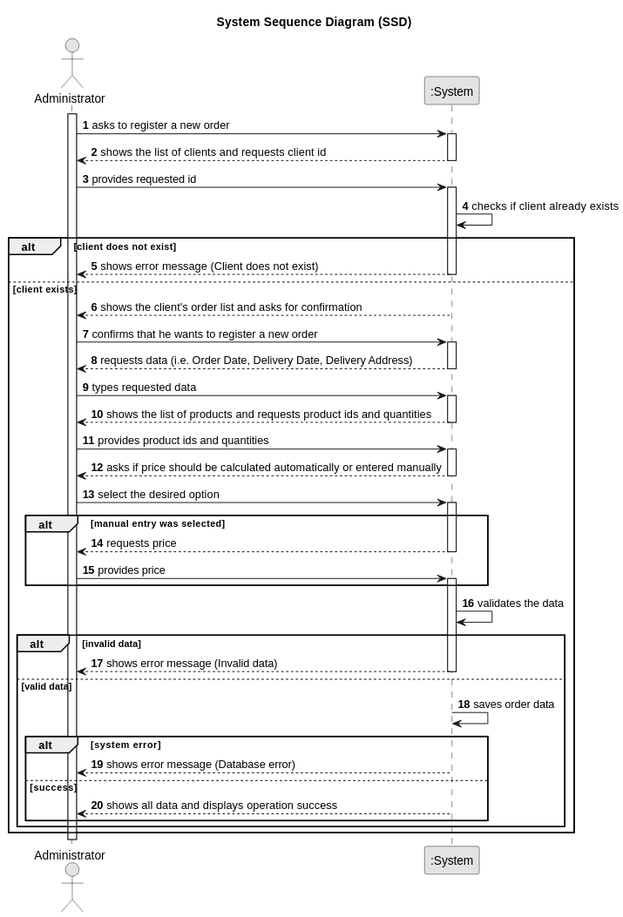
daniel41silva05/Production_Control_Industrial_ISEP keeps this PlantUML diagram as documentation/user-stories/us005/01.requirements-engineering/svg/us005-system-sequence-diagram.svg. Above is the earlier version.
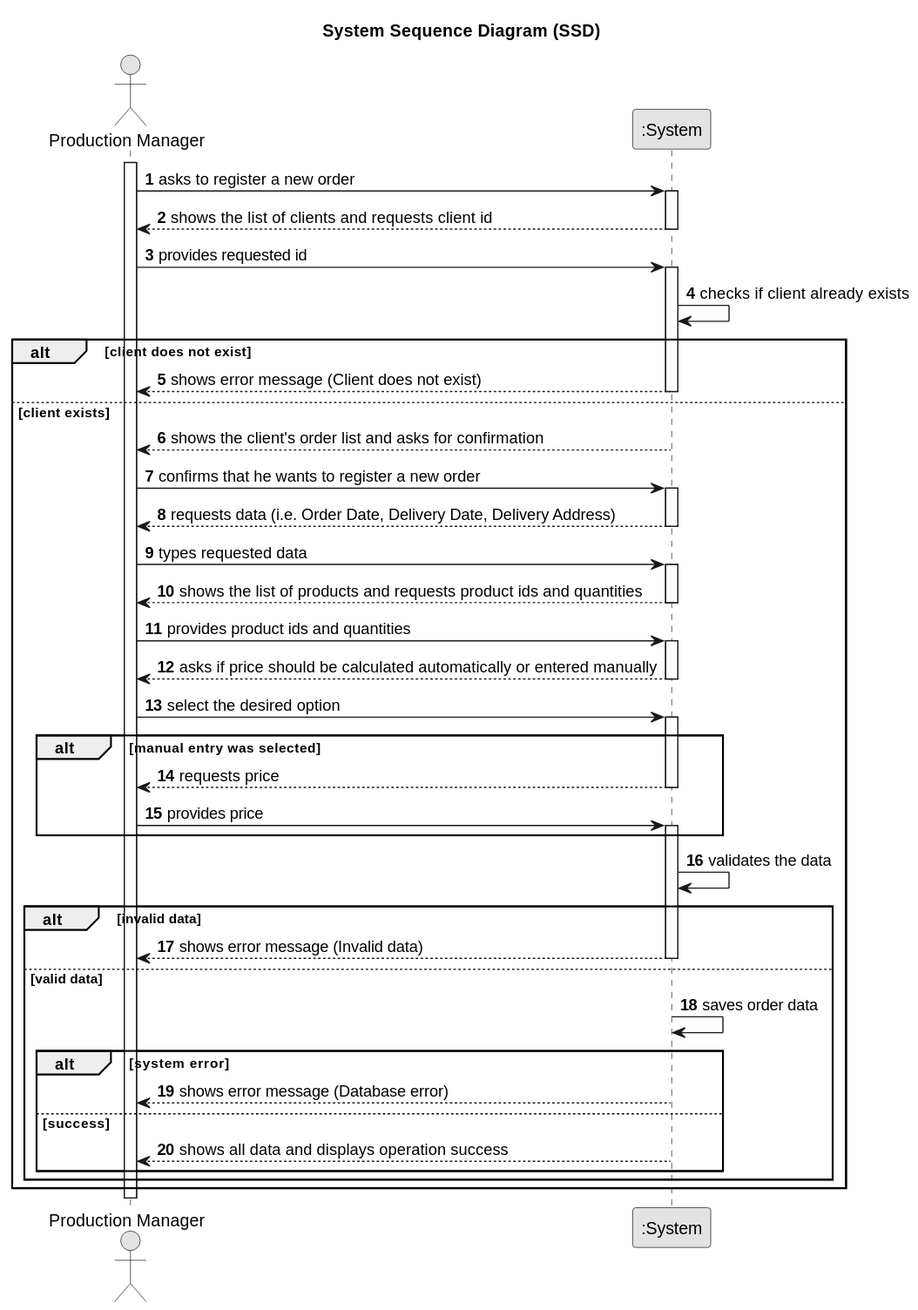
After the commit.

The edit, as a diff of the source:
```diff
@@ -7,69 +7,69 @@
 
 autonumber
 
-actor "Administrator" as ADM
+actor "Production Manager" as PM
 participant ":System" as System
 
-activate ADM
+activate PM
 
-    ADM -> System : asks to register a new order
+    PM -> System : asks to register a new order
     activate System
 
-        System --> ADM : shows the list of clients and requests client id
+        System --> PM : shows the list of clients and requests client id
     deactivate System
 
-    ADM -> System : provides requested id
+    PM -> System : provides requested id
     activate System
 
     System -> System : checks if client already exists
         alt client does not exist
-                System --> ADM : shows error message (Client does not exist)
+                System --> PM : shows error message (Client does not exist)
             deactivate System
         else client exists
 
-        System --> ADM : shows the client's order list and asks for confirmation
+        System --> PM : shows the client's order list and asks for confirmation
     deactivate System
 
-    ADM -> System : confirms that he wants to register a new order
+    PM -> System : confirms that he wants to register a new order
     activate System
 
-        System --> ADM : requests data (i.e. Order Date, Delivery Date, Delivery Address)
+        System --> PM : requests data (i.e. Order Date, Delivery Date, Delivery Address)
     deactivate System
 
-    ADM -> System : types requested data
+    PM -> System : types requested data
     activate System
 
-        System --> ADM : shows the list of products and requests product ids and quantities
+        System --> PM : shows the list of products and requests product ids and quantities
     deactivate System
 
-    ADM -> System : provides product ids and quantities
+    PM -> System : provides product ids and quantities
     activate System
 
-        System --> ADM : asks if price should be calculated automatically or entered manually
+        System --> PM : asks if price should be calculated automatically or entered manually
     deactivate System
 
-    ADM -> System : select the desired option
+    PM -> System : select the desired option
     activate System
 
     alt manual entry was selected
-            System --> ADM : requests price
+            System --> PM : requests price
         deactivate System
 
-        ADM -> System : provides price
+        PM -> System : provides price
         activate System
     end
 
         System -> System : validates the data
         alt invalid data
-            System --> ADM : shows error message (Invalid data)
+            System --> PM : shows error message (Invalid data)
             deactivate System
         else valid data
                 System -> System : saves order data
                 alt system error
-                    System --> ADM : shows error message (Database error)
+                    System --> PM : shows error message (Database error)
                     deactivate System
                 else success
-                    System --> ADM : shows all data and displays operation success
+                    System --> PM : shows all data and displays operation success
                     deactivate System
                 end
             end
```
